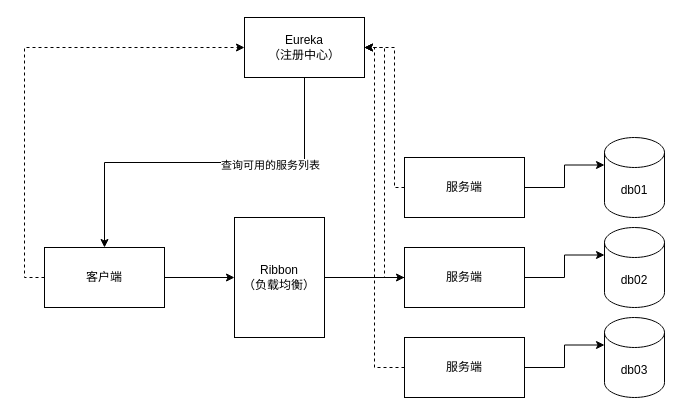
This is Ribbon和Eureka.drawio from wk520/-, a draw.io file, before an edit. Source tidied: cells renumbered, new cells numbered last; positions are measured from the earlier drawing's top-left corner, leaving out a move shared by most shapes. Both pictures are drawn from the tidied source at 100%, with x=0, y=0 at pixel (44, 17).
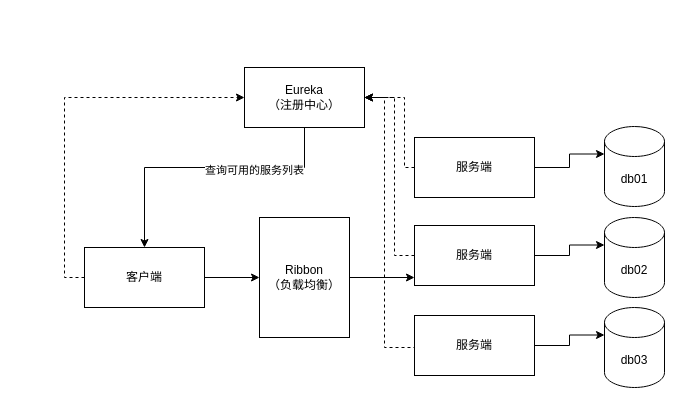
Above is the later version.

Diff of the diagram source:
```diff
@@
     <mxCell id="2" style="edgeStyle=orthogonalEdgeStyle;rounded=0;jettySize=auto;html=1;exitX=0.5;exitY=1;exitDx=0;exitDy=0;entryX=0.5;entryY=0;entryDx=0;entryDy=0;" parent="1" edge="1" source="4" target="7">
-      <mxGeometry relative="1" as="geometry" />
+      <mxGeometry relative="1" as="geometry">
+        <Array as="points">
+          <mxPoint x="260" y="150" />
+          <mxPoint x="100" y="150" />
+        </Array>
+      </mxGeometry>
     </mxCell>
@@
     <mxCell id="4" value="Eureka&lt;br&gt;（注册中心）" style="rounded=0;whiteSpace=wrap;html=1;" parent="1" vertex="1">
-      <mxGeometry x="200" width="120" height="60" as="geometry" />
+      <mxGeometry x="200" y="50" width="120" height="60" as="geometry" />
     </mxCell>
@@
     <mxCell id="7" value="客户端" style="rounded=0;whiteSpace=wrap;html=1;" parent="1" vertex="1">
-      <mxGeometry y="230" width="120" height="60" as="geometry" />
+      <mxGeometry x="40" y="230" width="120" height="60" as="geometry" />
     </mxCell>
     <mxCell id="8" style="edgeStyle=orthogonalEdgeStyle;rounded=0;jettySize=auto;html=1;exitX=0;exitY=0.5;exitDx=0;exitDy=0;entryX=1;entryY=0.5;entryDx=0;entryDy=0;dashed=1;" parent="1" edge="1" source="16" target="4">
       <mxGeometry relative="1" as="geometry">
         <Array as="points">
-          <mxPoint x="330" y="350" />
-          <mxPoint x="330" y="30" />
+          <mxPoint x="370" y="330" />
+          <mxPoint x="340" y="330" />
+          <mxPoint x="340" y="80" />
         </Array>
       </mxGeometry>
     </mxCell>
@@
     <mxCell id="10" value="服务端" style="rounded=0;whiteSpace=wrap;html=1;" parent="1" vertex="1">
-      <mxGeometry x="360" y="230" width="120" height="60" as="geometry" />
+      <mxGeometry x="370" y="208" width="120" height="60" as="geometry" />
     </mxCell>
     <mxCell id="11" style="edgeStyle=orthogonalEdgeStyle;rounded=0;jettySize=auto;html=1;exitX=0;exitY=0.5;exitDx=0;exitDy=0;entryX=1;entryY=0.5;entryDx=0;entryDy=0;dashed=1;" parent="1" edge="1" source="13" target="4">
       <mxGeometry relative="1" as="geometry">
         <Array as="points">
-          <mxPoint x="350" y="170" />
-          <mxPoint x="350" y="30" />
+          <mxPoint x="360" y="150" />
+          <mxPoint x="360" y="80" />
         </Array>
       </mxGeometry>
     </mxCell>
@@
     <mxCell id="13" value="服务端" style="rounded=0;whiteSpace=wrap;html=1;" parent="1" vertex="1">
-      <mxGeometry x="360" y="140" width="120" height="60" as="geometry" />
+      <mxGeometry x="370" y="120" width="120" height="60" as="geometry" />
     </mxCell>
     <mxCell id="14" style="edgeStyle=orthogonalEdgeStyle;rounded=0;jettySize=auto;html=1;exitX=0;exitY=0.5;exitDx=0;exitDy=0;entryX=1;entryY=0.5;entryDx=0;entryDy=0;dashed=1;" parent="1" edge="1" source="10" target="4">
       <mxGeometry relative="1" as="geometry">
         <Array as="points">
-          <mxPoint x="340" y="260" />
-          <mxPoint x="340" y="30" />
+          <mxPoint x="350" y="238" />
+          <mxPoint x="350" y="80" />
         </Array>
       </mxGeometry>
     </mxCell>
@@
     <mxCell id="16" value="服务端" style="rounded=0;whiteSpace=wrap;html=1;" parent="1" vertex="1">
-      <mxGeometry x="360" y="320" width="120" height="60" as="geometry" />
+      <mxGeometry x="370" y="298" width="120" height="60" as="geometry" />
     </mxCell>
-    <mxCell id="17" style="edgeStyle=orthogonalEdgeStyle;rounded=0;jettySize=auto;html=1;exitX=1;exitY=0.5;exitDx=0;exitDy=0;entryX=0;entryY=0.5;entryDx=0;entryDy=0;" parent="1" edge="1" source="18" target="10">
-      <mxGeometry relative="1" as="geometry" />
+    <mxCell id="17" style="edgeStyle=orthogonalEdgeStyle;rounded=0;jettySize=auto;html=1;exitX=1;exitY=0.5;exitDx=0;exitDy=0;" parent="1" edge="1" source="18">
+      <mxGeometry relative="1" as="geometry">
+        <mxPoint x="370" y="260" as="targetPoint" />
+        <Array as="points">
+          <mxPoint x="370" y="260" />
+        </Array>
+      </mxGeometry>
     </mxCell>
     <mxCell id="18" value="Ribbon&lt;br&gt;（负载均衡）" style="rounded=0;whiteSpace=wrap;html=1;" parent="1" vertex="1">
-      <mxGeometry x="190" y="200" width="90" height="120" as="geometry" />
+      <mxGeometry x="215" y="200" width="90" height="120" as="geometry" />
     </mxCell>
     <mxCell id="19" value="db01" style="shape=cylinder3;whiteSpace=wrap;html=1;boundedLbl=1;backgroundOutline=1;size=15;" parent="1" vertex="1">
-      <mxGeometry x="560" y="120" width="60" height="80" as="geometry" />
+      <mxGeometry x="560" y="109" width="60" height="80" as="geometry" />
     </mxCell>
     <mxCell id="20" value="db02" style="shape=cylinder3;whiteSpace=wrap;html=1;boundedLbl=1;backgroundOutline=1;size=15;" parent="1" vertex="1">
-      <mxGeometry x="560" y="210" width="60" height="80" as="geometry" />
+      <mxGeometry x="560" y="200" width="60" height="80" as="geometry" />
     </mxCell>
     <mxCell id="21" value="db03" style="shape=cylinder3;whiteSpace=wrap;html=1;boundedLbl=1;backgroundOutline=1;size=15;" parent="1" vertex="1">
-      <mxGeometry x="560" y="300" width="60" height="80" as="geometry" />
+      <mxGeometry x="560" y="290" width="60" height="80" as="geometry" />
     </mxCell>
```
